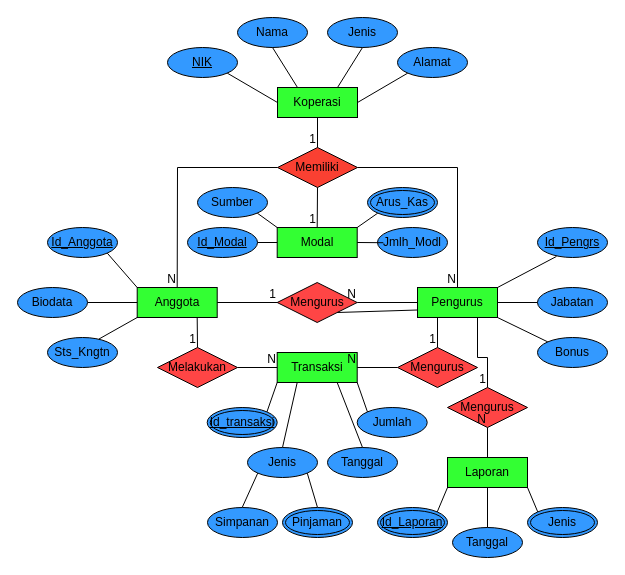
Earlier version of the draw.io diagram Koperasi.drawio (yogadwipayana/ERD). Source tidied: cells renumbered, new cells numbered last; positions are measured from the earlier drawing's top-left corner, leaving out a move shared by most shapes. Both pictures are drawn from the tidied source at 100%, with x=0, y=0 at pixel (17, 17).
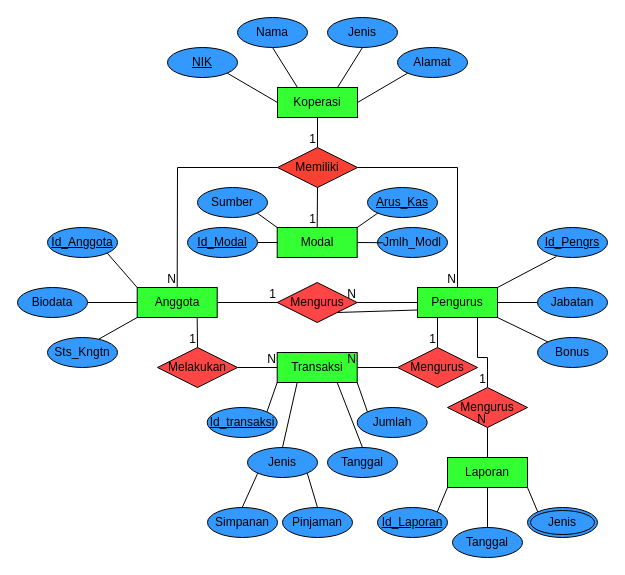
The same page after the edit.

What changed in the source:
```diff
@@
-    <mxCell id="15" value="Id_transaksi" style="ellipse;shape=doubleEllipse;margin=3;whiteSpace=wrap;html=1;align=center;fillColor=#3399FF;fontStyle=4;" parent="1" vertex="1">
+    <mxCell id="15" value="Id_transaksi" style="ellipse;whiteSpace=wrap;html=1;align=center;fontStyle=4;fillColor=#3399FF;" parent="1" vertex="1">
       <mxGeometry x="189.7" y="390" width="70" height="30" as="geometry" />
     </mxCell>
@@
-    <mxCell id="18" value="Id_Laporan" style="ellipse;shape=doubleEllipse;margin=3;whiteSpace=wrap;html=1;align=center;fillColor=#3399FF;fontStyle=4;" parent="1" vertex="1">
+    <mxCell id="18" value="Id_Laporan" style="ellipse;whiteSpace=wrap;html=1;align=center;fontStyle=4;fillColor=#3399FF;" parent="1" vertex="1">
       <mxGeometry x="360" y="490" width="70" height="30" as="geometry" />
     </mxCell>
@@
-    <mxCell id="50" value="Pinjaman" style="ellipse;shape=doubleEllipse;margin=3;whiteSpace=wrap;html=1;align=center;fillColor=#3399FF;" parent="1" vertex="1">
+    <mxCell id="50" value="Pinjaman" style="ellipse;whiteSpace=wrap;html=1;align=center;fontStyle=0;fillColor=#3399FF;" parent="1" vertex="1">
       <mxGeometry x="265" y="490" width="70" height="30" as="geometry" />
     </mxCell>
@@
-    <mxCell id="53" value="Arus_Kas" style="ellipse;shape=doubleEllipse;margin=3;whiteSpace=wrap;html=1;align=center;fillColor=#3399FF;" parent="1" vertex="1">
+    <mxCell id="53" value="Arus_Kas" style="ellipse;whiteSpace=wrap;html=1;align=center;fontStyle=4;fillColor=#3399FF;" parent="1" vertex="1">
       <mxGeometry x="350" y="170" width="70" height="30" as="geometry" />
     </mxCell>
```
